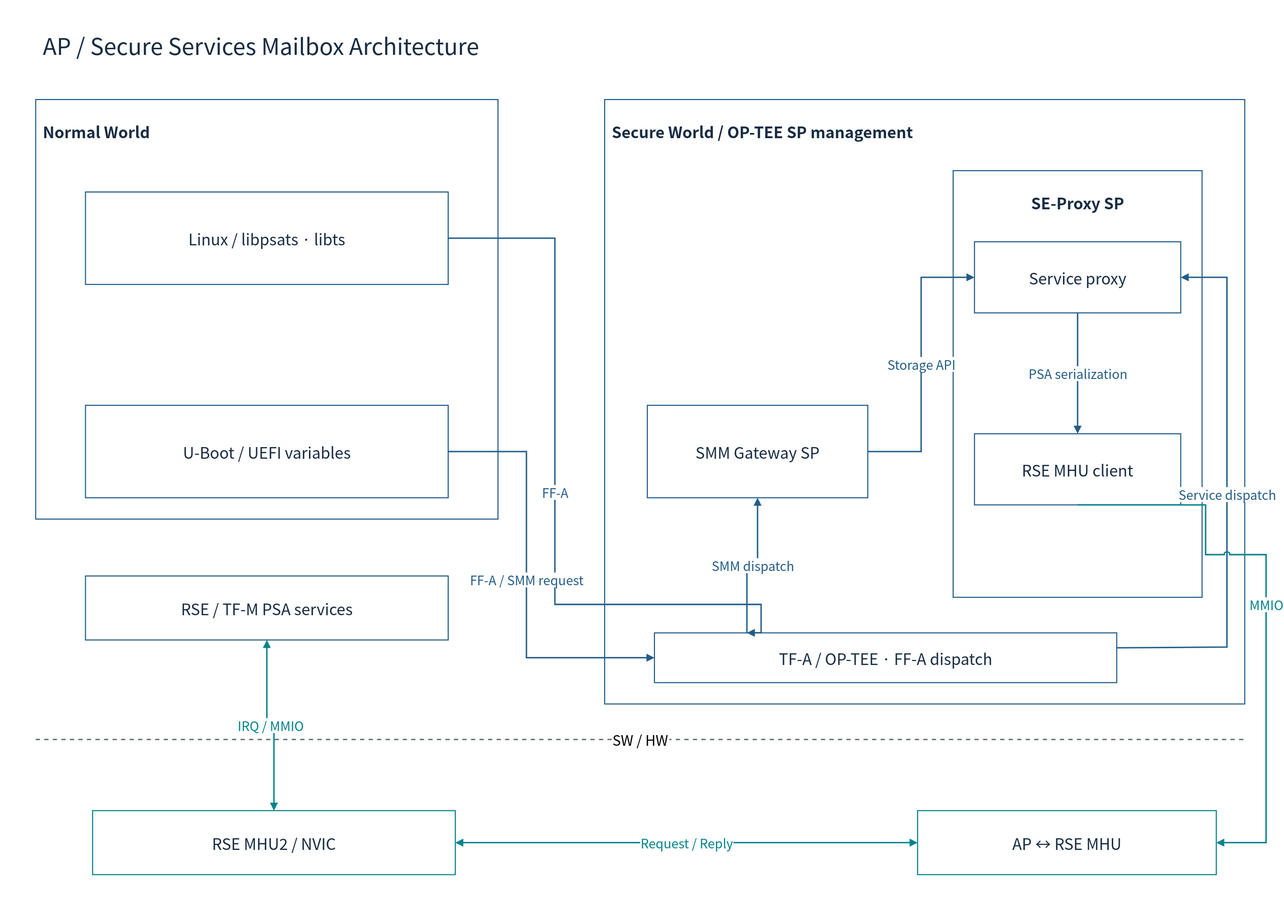
cometzero/project-apollo keeps this draw.io diagram as doc/phase1/mailbox/diagrams/16-secure-services.drawio.svg. Above is the earlier version. Source tidied: cells renumbered, new cells last; positions are measured from the earlier drawing's top-left corner, leaving out a move shared by most shapes.
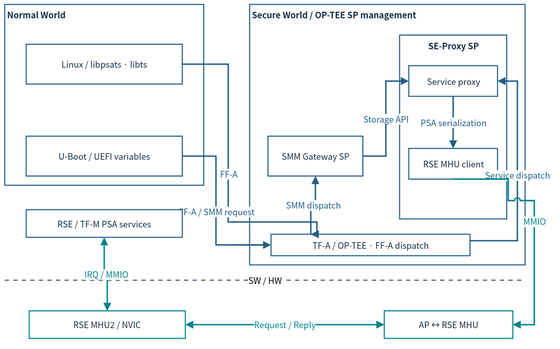
After the commit.

The edit, as a diff of the source:
```diff
@@ -2,101 +2,95 @@
   <root>
     <mxCell id="0" />
     <mxCell id="1" parent="0" />
-    <mxCell id="2" style="rounded=0;whiteSpace=wrap;html=1;fillColor=#FFFFFF;strokeColor=none;strokeWidth=1.5;fontColor=#172C43;fontFamily=Noto Sans CJK KR;fontSize=22;spacing=10;" parent="1" vertex="1">
-      <mxGeometry width="1800" height="1290" as="geometry" />
-    </mxCell>
-    <mxCell id="3" value="AP / Secure Services Mailbox Architecture" style="rounded=0;whiteSpace=wrap;html=1;fillColor=#FFFFFF;strokeColor=none;strokeWidth=1.5;fontColor=#172C43;fontFamily=Noto Sans CJK KR;fontSize=22;spacing=10;fontSize=32;align=left;" parent="1" vertex="1">
-      <mxGeometry x="50" y="30" width="1700" height="65" as="geometry" />
-    </mxCell>
-    <mxCell id="4" value="Normal World" style="rounded=0;whiteSpace=wrap;html=1;fillColor=#FFFFFF;strokeColor=#235D86;strokeWidth=1.5;fontColor=#172C43;fontFamily=Noto Sans CJK KR;fontSize=22;spacing=10;verticalAlign=top;fontStyle=1;spacingTop=16;align=left;" parent="1" vertex="1">
-      <mxGeometry x="50" y="140" width="650" height="590" as="geometry" />
+    <mxCell id="4" value="Normal World" style="rounded=0;whiteSpace=wrap;html=1;fillColor=#FFFFFF;strokeColor=#235D86;strokeWidth=1.5;fontColor=#172C43;fontFamily=Noto Sans CJK KR;verticalAlign=top;fontStyle=1;align=left;fontSize=12;spacing=3;whiteSpace=wrap;" parent="1" vertex="1">
+      <mxGeometry x="20.6" y="29.2" width="279.6" height="253.8" as="geometry" />
     </mxCell>
-    <mxCell id="5" value="Linux / libpsats · libts" style="rounded=0;whiteSpace=wrap;html=1;fillColor=#FFFFFF;strokeColor=#235D86;strokeWidth=1.5;fontColor=#172C43;fontFamily=Noto Sans CJK KR;fontSize=22;spacing=10;" parent="4" vertex="1">
-      <mxGeometry x="70" y="130" width="510" height="130" as="geometry" />
+    <mxCell id="5" value="Linux / libpsats · libts" style="rounded=0;whiteSpace=wrap;html=1;fillColor=#FFFFFF;strokeColor=#235D86;strokeWidth=1.5;fontColor=#172C43;fontFamily=Noto Sans CJK KR;fontSize=12;spacing=3;whiteSpace=wrap;" parent="4" vertex="1">
+      <mxGeometry x="30.1" y="55.9" width="219.4" height="55.9" as="geometry" />
     </mxCell>
-    <mxCell id="6" value="U-Boot / UEFI variables" style="rounded=0;whiteSpace=wrap;html=1;fillColor=#FFFFFF;strokeColor=#235D86;strokeWidth=1.5;fontColor=#172C43;fontFamily=Noto Sans CJK KR;fontSize=22;spacing=10;" parent="4" vertex="1">
-      <mxGeometry x="70" y="430" width="510" height="130" as="geometry" />
+    <mxCell id="6" value="U-Boot / UEFI variables" style="rounded=0;whiteSpace=wrap;html=1;fillColor=#FFFFFF;strokeColor=#235D86;strokeWidth=1.5;fontColor=#172C43;fontFamily=Noto Sans CJK KR;fontSize=12;spacing=3;whiteSpace=wrap;" parent="4" vertex="1">
+      <mxGeometry x="30.1" y="185" width="219.4" height="55.9" as="geometry" />
     </mxCell>
-    <mxCell id="7" value="Secure World / OP-TEE SP management" style="rounded=0;whiteSpace=wrap;html=1;fillColor=#FFFFFF;strokeColor=#235D86;strokeWidth=1.5;fontColor=#172C43;fontFamily=Noto Sans CJK KR;fontSize=22;spacing=10;verticalAlign=top;fontStyle=1;spacingTop=16;align=left;" parent="1" vertex="1">
-      <mxGeometry x="850" y="140" width="900" height="850" as="geometry" />
+    <mxCell id="7" value="Secure World / OP-TEE SP management" style="rounded=0;whiteSpace=wrap;html=1;fillColor=#FFFFFF;strokeColor=#235D86;strokeWidth=1.5;fontColor=#172C43;fontFamily=Noto Sans CJK KR;verticalAlign=top;fontStyle=1;align=left;fontSize=12;spacing=3;whiteSpace=wrap;" parent="1" vertex="1">
+      <mxGeometry x="364.8" y="29.2" width="387.2" height="365.7" as="geometry" />
     </mxCell>
-    <mxCell id="8" value="SMM Gateway SP" style="rounded=0;whiteSpace=wrap;html=1;fillColor=#FFFFFF;strokeColor=#235D86;strokeWidth=1.5;fontColor=#172C43;fontFamily=Noto Sans CJK KR;fontSize=22;spacing=10;" parent="7" vertex="1">
-      <mxGeometry x="60" y="430" width="310" height="130" as="geometry" />
+    <mxCell id="8" value="SMM Gateway SP" style="rounded=0;whiteSpace=wrap;html=1;fillColor=#FFFFFF;strokeColor=#235D86;strokeWidth=1.5;fontColor=#172C43;fontFamily=Noto Sans CJK KR;fontSize=12;spacing=3;whiteSpace=wrap;" parent="7" vertex="1">
+      <mxGeometry x="25.8" y="185" width="133.4" height="55.9" as="geometry" />
     </mxCell>
-    <mxCell id="9" value="SE-Proxy SP" style="rounded=0;whiteSpace=wrap;html=1;fillColor=#FFFFFF;strokeColor=#235D86;strokeWidth=1.5;fontColor=#172C43;fontFamily=Noto Sans CJK KR;fontSize=22;spacing=10;verticalAlign=top;fontStyle=1;spacingTop=16;" parent="7" vertex="1">
-      <mxGeometry x="490" y="100" width="350" height="600" as="geometry" />
+    <mxCell id="9" value="SE-Proxy SP" style="rounded=0;whiteSpace=wrap;html=1;fillColor=#FFFFFF;strokeColor=#235D86;strokeWidth=1.5;fontColor=#172C43;fontFamily=Noto Sans CJK KR;verticalAlign=top;fontStyle=1;fontSize=12;spacing=3;whiteSpace=wrap;" parent="7" vertex="1">
+      <mxGeometry x="210.8" y="43" width="150.6" height="258.1" as="geometry" />
     </mxCell>
-    <mxCell id="10" value="Service proxy" style="rounded=0;whiteSpace=wrap;html=1;fillColor=#FFFFFF;strokeColor=#235D86;strokeWidth=1.5;fontColor=#172C43;fontFamily=Noto Sans CJK KR;fontSize=22;spacing=10;" parent="9" vertex="1">
-      <mxGeometry x="30" y="100" width="290" height="100" as="geometry" />
+    <mxCell id="10" value="Service proxy" style="rounded=0;whiteSpace=wrap;html=1;fillColor=#FFFFFF;strokeColor=#235D86;strokeWidth=1.5;fontColor=#172C43;fontFamily=Noto Sans CJK KR;fontSize=12;spacing=3;whiteSpace=wrap;" parent="9" vertex="1">
+      <mxGeometry x="12.9" y="43" width="124.8" height="43" as="geometry" />
     </mxCell>
-    <mxCell id="11" value="RSE MHU client" style="rounded=0;whiteSpace=wrap;html=1;fillColor=#FFFFFF;strokeColor=#235D86;strokeWidth=1.5;fontColor=#172C43;fontFamily=Noto Sans CJK KR;fontSize=22;spacing=10;" parent="9" vertex="1">
-      <mxGeometry x="30" y="370" width="290" height="100" as="geometry" />
+    <mxCell id="11" value="RSE MHU client" style="rounded=0;whiteSpace=wrap;html=1;fillColor=#FFFFFF;strokeColor=#235D86;strokeWidth=1.5;fontColor=#172C43;fontFamily=Noto Sans CJK KR;fontSize=12;spacing=3;whiteSpace=wrap;" parent="9" vertex="1">
+      <mxGeometry x="12.9" y="159.2" width="124.8" height="43" as="geometry" />
     </mxCell>
-    <mxCell id="12" value="TF-A / OP-TEE · FF-A dispatch" style="rounded=0;whiteSpace=wrap;html=1;fillColor=#FFFFFF;strokeColor=#235D86;strokeWidth=1.5;fontColor=#172C43;fontFamily=Noto Sans CJK KR;fontSize=22;spacing=10;" parent="7" vertex="1">
-      <mxGeometry x="70" y="750" width="650" height="70" as="geometry" />
+    <mxCell id="12" value="TF-A / OP-TEE · FF-A dispatch" style="rounded=0;whiteSpace=wrap;html=1;fillColor=#FFFFFF;strokeColor=#235D86;strokeWidth=1.5;fontColor=#172C43;fontFamily=Noto Sans CJK KR;fontSize=12;spacing=3;whiteSpace=wrap;" parent="7" vertex="1">
+      <mxGeometry x="30.1" y="322.7" width="279.6" height="30.1" as="geometry" />
     </mxCell>
-    <mxCell id="13" value="FF-A" style="edgeStyle=orthogonalEdgeStyle;rounded=0;html=1;endArrow=block;endFill=1;strokeWidth=2;strokeColor=#235D86;fontColor=#235D86;fontFamily=Noto Sans CJK KR;fontSize=18;labelBackgroundColor=#FFFFFF;exitX=1;exitY=0.5;entryX=0.2;entryY=0;" parent="1" edge="1" source="5" target="12">
+    <mxCell id="13" value="FF-A" style="edgeStyle=orthogonalEdgeStyle;rounded=0;html=1;endArrow=block;endFill=1;strokeWidth=2;strokeColor=#235D86;fontColor=#235D86;fontFamily=Noto Sans CJK KR;labelBackgroundColor=#FFFFFF;exitX=1;exitY=0.5;entryX=0.2;entryY=0;fontSize=12;spacing=3;whiteSpace=nowrap;" parent="1" edge="1" source="5" target="12">
       <mxGeometry relative="1" as="geometry">
         <Array as="points">
-          <mxPoint x="780" y="335" />
-          <mxPoint x="780" y="850" />
-          <mxPoint x="1070" y="850" />
+          <mxPoint x="334.7" y="113.1" />
+          <mxPoint x="334.7" y="334.7" />
+          <mxPoint x="459.4" y="334.7" />
         </Array>
       </mxGeometry>
     </mxCell>
-    <mxCell id="14" value="FF-A / SMM request" style="edgeStyle=orthogonalEdgeStyle;rounded=0;html=1;endArrow=block;endFill=1;strokeWidth=2;strokeColor=#235D86;fontColor=#235D86;fontFamily=Noto Sans CJK KR;fontSize=18;labelBackgroundColor=#FFFFFF;exitX=1;exitY=0.5;entryX=0;entryY=0.5;" parent="1" edge="1" source="6" target="12">
+    <mxCell id="14" value="FF-A / SMM request" style="edgeStyle=orthogonalEdgeStyle;rounded=0;html=1;endArrow=block;endFill=1;strokeWidth=2;strokeColor=#235D86;fontColor=#235D86;fontFamily=Noto Sans CJK KR;labelBackgroundColor=#FFFFFF;exitX=1;exitY=0.5;entryX=0;entryY=0.5;fontSize=12;spacing=3;whiteSpace=nowrap;" parent="1" edge="1" source="6" target="12">
       <mxGeometry relative="1" as="geometry">
         <Array as="points">
-          <mxPoint x="740" y="635" />
-          <mxPoint x="740" y="925" />
+          <mxPoint x="317.5" y="242.2" />
+          <mxPoint x="317.5" y="366.9" />
         </Array>
       </mxGeometry>
     </mxCell>
-    <mxCell id="15" value="SMM dispatch" style="edgeStyle=orthogonalEdgeStyle;rounded=0;html=1;endArrow=block;endFill=1;strokeWidth=2;strokeColor=#235D86;fontColor=#235D86;fontFamily=Noto Sans CJK KR;fontSize=18;labelBackgroundColor=#FFFFFF;exitX=0.2;exitY=0;entryX=0.5;entryY=1;" parent="1" edge="1" source="12" target="8">
+    <mxCell id="15" value="SMM dispatch" style="edgeStyle=orthogonalEdgeStyle;rounded=0;html=1;endArrow=block;endFill=1;strokeWidth=2;strokeColor=#235D86;fontColor=#235D86;fontFamily=Noto Sans CJK KR;labelBackgroundColor=#FFFFFF;exitX=0.2;exitY=0;entryX=0.5;entryY=1;fontSize=12;spacing=3;whiteSpace=nowrap;" parent="1" edge="1" source="12" target="8">
       <mxGeometry relative="1" as="geometry" />
     </mxCell>
-    <mxCell id="16" value="Service dispatch" style="edgeStyle=orthogonalEdgeStyle;rounded=0;html=1;endArrow=block;endFill=1;strokeWidth=2;strokeColor=#235D86;fontColor=#235D86;fontFamily=Noto Sans CJK KR;fontSize=18;labelBackgroundColor=#FFFFFF;exitX=1;exitY=0.3;entryX=1;entryY=0.5;jumpStyle=arc;" parent="1" edge="1" source="12" target="10">
+    <mxCell id="16" value="Service dispatch" style="edgeStyle=orthogonalEdgeStyle;rounded=0;html=1;endArrow=block;endFill=1;strokeWidth=2;strokeColor=#235D86;fontColor=#235D86;fontFamily=Noto Sans CJK KR;labelBackgroundColor=#FFFFFF;exitX=1;exitY=0.3;entryX=1;entryY=0.5;jumpStyle=arc;fontSize=12;spacing=3;whiteSpace=nowrap;" parent="1" edge="1" source="12" target="10">
       <mxGeometry relative="1" as="geometry">
         <Array as="points">
-          <mxPoint x="1725" y="910" />
-          <mxPoint x="1725" y="390" />
+          <mxPoint x="741.2" y="360.5" />
+          <mxPoint x="741.2" y="136.8" />
         </Array>
       </mxGeometry>
     </mxCell>
-    <mxCell id="17" value="Storage API" style="edgeStyle=orthogonalEdgeStyle;rounded=0;html=1;endArrow=block;endFill=1;strokeWidth=2;strokeColor=#235D86;fontColor=#235D86;fontFamily=Noto Sans CJK KR;fontSize=18;labelBackgroundColor=#FFFFFF;exitX=1;exitY=0.5;entryX=0;entryY=0.5;" parent="1" edge="1" source="8" target="10">
+    <mxCell id="17" value="Storage API" style="edgeStyle=orthogonalEdgeStyle;rounded=0;html=1;endArrow=block;endFill=1;strokeWidth=2;strokeColor=#235D86;fontColor=#235D86;fontFamily=Noto Sans CJK KR;labelBackgroundColor=#FFFFFF;exitX=1;exitY=0.5;entryX=0;entryY=0.5;fontSize=12;spacing=3;whiteSpace=nowrap;" parent="1" edge="1" source="8" target="10">
       <mxGeometry relative="1" as="geometry" />
     </mxCell>
-    <mxCell id="18" value="PSA serialization" style="edgeStyle=orthogonalEdgeStyle;rounded=0;html=1;endArrow=block;endFill=1;strokeWidth=2;strokeColor=#235D86;fontColor=#235D86;fontFamily=Noto Sans CJK KR;fontSize=18;labelBackgroundColor=#FFFFFF;exitX=0.5;exitY=1;entryX=0.5;entryY=0;" parent="1" edge="1" source="10" target="11">
+    <mxCell id="18" value="PSA serialization" style="edgeStyle=orthogonalEdgeStyle;rounded=0;html=1;endArrow=block;endFill=1;strokeWidth=2;strokeColor=#235D86;fontColor=#235D86;fontFamily=Noto Sans CJK KR;labelBackgroundColor=#FFFFFF;exitX=0.5;exitY=1;entryX=0.5;entryY=0;fontSize=12;spacing=3;whiteSpace=nowrap;" parent="1" edge="1" source="10" target="11">
       <mxGeometry relative="1" as="geometry" />
     </mxCell>
-    <mxCell id="19" value="SW / HW" style="endArrow=none;dashed=1;strokeColor=#64748B;strokeWidth=2;fontSize=20;labelBackgroundColor=#FFFFFF;fontFamily=Noto Sans CJK KR;" parent="1" edge="1">
+    <mxCell id="19" value="SW / HW" style="endArrow=none;dashed=1;strokeColor=#64748B;strokeWidth=2;labelBackgroundColor=#FFFFFF;fontFamily=Noto Sans CJK KR;fontSize=12;spacing=3;whiteSpace=nowrap;" parent="1" edge="1">
       <mxGeometry relative="1" as="geometry">
-        <mxPoint x="50" y="1040" as="sourcePoint" />
-        <mxPoint x="1750" y="1040" as="targetPoint" />
+        <mxPoint x="20.6" y="416.4" as="sourcePoint" />
+        <mxPoint x="752" y="416.4" as="targetPoint" />
       </mxGeometry>
     </mxCell>
-    <mxCell id="20" value="AP ↔ RSE MHU" style="rounded=0;whiteSpace=wrap;html=1;fillColor=#FFFFFF;strokeColor=#00838A;strokeWidth=1.5;fontColor=#172C43;fontFamily=Noto Sans CJK KR;fontSize=22;spacing=10;" parent="1" vertex="1">
-      <mxGeometry x="1290" y="1140" width="420" height="90" as="geometry" />
+    <mxCell id="20" value="AP ↔ RSE MHU" style="rounded=0;whiteSpace=wrap;html=1;fillColor=#FFFFFF;strokeColor=#00838A;strokeWidth=1.5;fontColor=#172C43;fontFamily=Noto Sans CJK KR;fontSize=12;spacing=3;whiteSpace=wrap;" parent="1" vertex="1">
+      <mxGeometry x="554.1" y="459.4" width="180.7" height="38.7" as="geometry" />
     </mxCell>
-    <mxCell id="21" value="RSE MHU2 / NVIC" style="rounded=0;whiteSpace=wrap;html=1;fillColor=#FFFFFF;strokeColor=#00838A;strokeWidth=1.5;fontColor=#172C43;fontFamily=Noto Sans CJK KR;fontSize=22;spacing=10;" parent="1" vertex="1">
-      <mxGeometry x="130" y="1140" width="510" height="90" as="geometry" />
+    <mxCell id="21" value="RSE MHU2 / NVIC" style="rounded=0;whiteSpace=wrap;html=1;fillColor=#FFFFFF;strokeColor=#00838A;strokeWidth=1.5;fontColor=#172C43;fontFamily=Noto Sans CJK KR;fontSize=12;spacing=3;whiteSpace=wrap;" parent="1" vertex="1">
+      <mxGeometry x="55" y="459.4" width="219.4" height="38.7" as="geometry" />
     </mxCell>
-    <mxCell id="22" value="MMIO" style="edgeStyle=orthogonalEdgeStyle;rounded=0;html=1;endArrow=block;endFill=1;strokeWidth=2;strokeColor=#00838A;fontColor=#00838A;fontFamily=Noto Sans CJK KR;fontSize=18;labelBackgroundColor=#FFFFFF;exitX=0.5;exitY=1;entryX=1;entryY=0.5;jumpStyle=arc;" parent="1" edge="1" source="11" target="20">
+    <mxCell id="22" value="MMIO" style="edgeStyle=orthogonalEdgeStyle;rounded=0;html=1;endArrow=block;endFill=1;strokeWidth=2;strokeColor=#00838A;fontColor=#00838A;fontFamily=Noto Sans CJK KR;labelBackgroundColor=#FFFFFF;exitX=0.5;exitY=1;entryX=1;entryY=0.5;jumpStyle=arc;fontSize=12;spacing=3;whiteSpace=nowrap;" parent="1" edge="1" source="11" target="20">
       <mxGeometry relative="1" as="geometry">
         <Array as="points">
-          <mxPoint x="1695" y="780" />
-          <mxPoint x="1780" y="780" />
-          <mxPoint x="1780" y="1185" />
+          <mxPoint x="728.3" y="304.6" />
+          <mxPoint x="764.9" y="304.6" />
+          <mxPoint x="764.9" y="478.8" />
         </Array>
       </mxGeometry>
     </mxCell>
-    <mxCell id="23" value="Request / Reply" style="edgeStyle=orthogonalEdgeStyle;rounded=0;html=1;endArrow=block;endFill=1;strokeWidth=2;strokeColor=#00838A;fontColor=#00838A;fontFamily=Noto Sans CJK KR;fontSize=18;labelBackgroundColor=#FFFFFF;exitX=0;exitY=0.5;entryX=1;entryY=0.5;startArrow=block;startFill=1;" parent="1" edge="1" source="20" target="21">
+    <mxCell id="23" value="Request / Reply" style="edgeStyle=orthogonalEdgeStyle;rounded=0;html=1;endArrow=block;endFill=1;strokeWidth=2;strokeColor=#00838A;fontColor=#00838A;fontFamily=Noto Sans CJK KR;labelBackgroundColor=#FFFFFF;exitX=0;exitY=0.5;entryX=1;entryY=0.5;startArrow=block;startFill=1;fontSize=12;spacing=3;whiteSpace=nowrap;" parent="1" edge="1" source="20" target="21">
       <mxGeometry relative="1" as="geometry" />
     </mxCell>
-    <mxCell id="24" value="RSE / TF-M PSA services" style="rounded=0;whiteSpace=wrap;html=1;fillColor=#FFFFFF;strokeColor=#235D86;strokeWidth=1.5;fontColor=#172C43;fontFamily=Noto Sans CJK KR;fontSize=22;spacing=10;" parent="1" vertex="1">
-      <mxGeometry x="120" y="810" width="510" height="90" as="geometry" />
+    <mxCell id="24" value="RSE / TF-M PSA services" style="rounded=0;whiteSpace=wrap;html=1;fillColor=#FFFFFF;strokeColor=#235D86;strokeWidth=1.5;fontColor=#172C43;fontFamily=Noto Sans CJK KR;fontSize=12;spacing=3;whiteSpace=wrap;" parent="1" vertex="1">
+      <mxGeometry x="50.7" y="317.5" width="219.4" height="38.7" as="geometry" />
     </mxCell>
-    <mxCell id="25" value="IRQ / MMIO" style="edgeStyle=orthogonalEdgeStyle;rounded=0;html=1;endArrow=block;endFill=1;strokeWidth=2;strokeColor=#00838A;fontColor=#00838A;fontFamily=Noto Sans CJK KR;fontSize=18;labelBackgroundColor=#FFFFFF;exitX=0.5;exitY=1;entryX=0.5;entryY=0;startArrow=block;startFill=1;" parent="1" edge="1" source="24" target="21">
+    <mxCell id="25" value="IRQ / MMIO" style="edgeStyle=orthogonalEdgeStyle;rounded=0;html=1;endArrow=block;endFill=1;strokeWidth=2;strokeColor=#00838A;fontColor=#00838A;fontFamily=Noto Sans CJK KR;labelBackgroundColor=#FFFFFF;exitX=0.5;exitY=1;entryX=0.5;entryY=0;startArrow=block;startFill=1;fontSize=12;spacing=3;whiteSpace=nowrap;" parent="1" edge="1" source="24" target="21">
       <mxGeometry relative="1" as="geometry" />
     </mxCell>
   </root>
```
